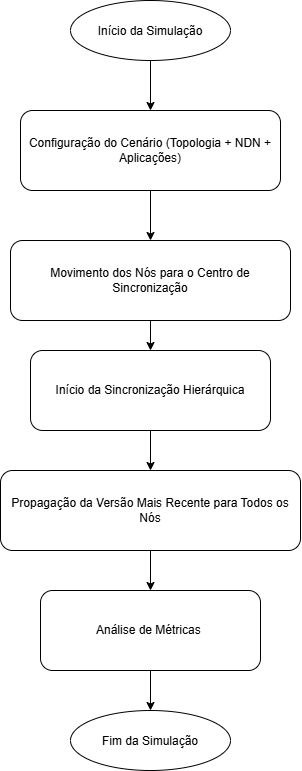
ruidias02/Dissertacao keeps this draw.io diagram as Chapters/Figures/Fluxograma.png. Above is the earlier version. Source tidied: cells renumbered, new cells last; positions are measured from the earlier drawing's top-left corner, leaving out a move shared by most shapes.
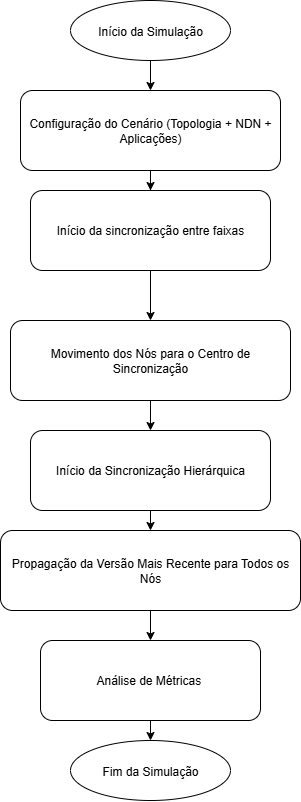
After the commit.

What changed in the source:
```diff
@@ -3,22 +3,28 @@
     <mxCell id="0" />
     <mxCell id="1" parent="0" />
     <mxCell id="2" value="Início da Simulação" style="ellipse;fill=#dae8fc;stroke=#6c8ebf;" parent="1" vertex="1">
-      <mxGeometry x="70" width="160" height="60" as="geometry" />
+      <mxGeometry x="70" y="-30" width="160" height="60" as="geometry" />
     </mxCell>
+    <mxCell id="15" style="edgeStyle=orthogonalEdgeStyle;rounded=0;jettySize=auto;html=1;" parent="1" edge="1" source="3" target="17">
+      <mxGeometry relative="1" as="geometry" />
+    </mxCell>
     <mxCell id="3" value="Configuração do Cenário (Topologia + NDN + Aplicações)" style="rounded=1;whiteSpace=wrap;html=1;fill=#d5e8d4;stroke=#82b366;" parent="1" vertex="1">
-      <mxGeometry x="20" y="110" width="260" height="80" as="geometry" />
+      <mxGeometry x="20" y="60" width="260" height="80" as="geometry" />
     </mxCell>
+    <mxCell id="11" style="edgeStyle=orthogonalEdgeStyle;rounded=0;jettySize=auto;html=1;" parent="1" edge="1" source="4" target="5">
+      <mxGeometry relative="1" as="geometry" />
+    </mxCell>
     <mxCell id="4" value="Movimento dos Nós para o Centro de Sincronização" style="rounded=1;whiteSpace=wrap;html=1;fill=#fff2cc;stroke=#d6b656;" parent="1" vertex="1">
-      <mxGeometry x="10" y="240" width="280" height="80" as="geometry" />
+      <mxGeometry x="10" y="290" width="280" height="80" as="geometry" />
     </mxCell>
     <mxCell id="5" value="Início da Sincronização Hierárquica" style="rounded=1;whiteSpace=wrap;html=1;fill=#dae8fc;stroke=#6c8ebf;" parent="1" vertex="1">
-      <mxGeometry x="30" y="350" width="240" height="80" as="geometry" />
+      <mxGeometry x="30" y="400" width="240" height="80" as="geometry" />
     </mxCell>
     <mxCell id="6" value="Propagação da Versão Mais Recente para Todos os Nós" style="rounded=1;whiteSpace=wrap;html=1;fill=#d5e8d4;stroke=#82b366;" parent="1" vertex="1">
-      <mxGeometry y="470" width="300" height="80" as="geometry" />
+      <mxGeometry y="500" width="300" height="80" as="geometry" />
     </mxCell>
     <mxCell id="7" value="Análise de Métricas&amp;nbsp;" style="rounded=1;whiteSpace=wrap;html=1;fill=#fff2cc;stroke=#d6b656;" parent="1" vertex="1">
-      <mxGeometry x="40" y="590" width="220" height="80" as="geometry" />
+      <mxGeometry x="40" y="610" width="220" height="80" as="geometry" />
     </mxCell>
     <mxCell id="8" value="Fim da Simulação" style="ellipse;fill=#dae8fc;stroke=#6c8ebf;" parent="1" vertex="1">
       <mxGeometry x="70" y="710" width="160" height="60" as="geometry" />
@@ -26,12 +32,6 @@
     <mxCell id="9" parent="1" edge="1" source="2" target="3">
       <mxGeometry relative="1" as="geometry" />
     </mxCell>
-    <mxCell id="10" parent="1" edge="1" source="3" target="4">
-      <mxGeometry relative="1" as="geometry" />
-    </mxCell>
-    <mxCell id="11" parent="1" edge="1" source="4" target="5">
-      <mxGeometry relative="1" as="geometry" />
-    </mxCell>
     <mxCell id="12" parent="1" edge="1" source="5" target="6">
       <mxGeometry relative="1" as="geometry" />
     </mxCell>
@@ -41,5 +41,11 @@
     <mxCell id="14" parent="1" edge="1" source="7" target="8">
       <mxGeometry relative="1" as="geometry" />
     </mxCell>
+    <mxCell id="16" style="edgeStyle=orthogonalEdgeStyle;rounded=0;jettySize=auto;html=1;" parent="1" edge="1" source="17" target="4">
+      <mxGeometry relative="1" as="geometry" />
+    </mxCell>
+    <mxCell id="17" value="Início da sincronização entre faixas" style="rounded=1;whiteSpace=wrap;html=1;fill=#dae8fc;stroke=#6c8ebf;" parent="1" vertex="1">
+      <mxGeometry x="30" y="160" width="240" height="80" as="geometry" />
+    </mxCell>
   </root>
 </mxGraphModel>
```
